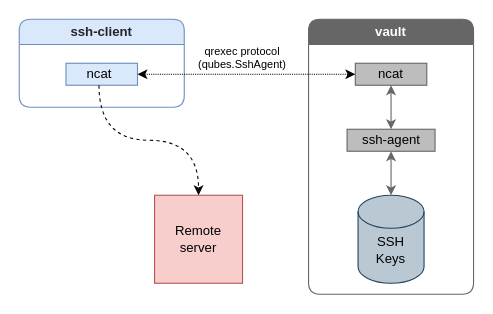
The draw.io diagram split-ssh3.drawio in ephemer4l/qubes-splitssh-diagram, before the edit. Source tidied: cells renumbered, new cells numbered last; positions are measured from the earlier drawing's top-left corner, leaving out a move shared by most shapes. Both pictures are drawn from the tidied source at 110%, with x=0, y=0 at pixel (19, 19).
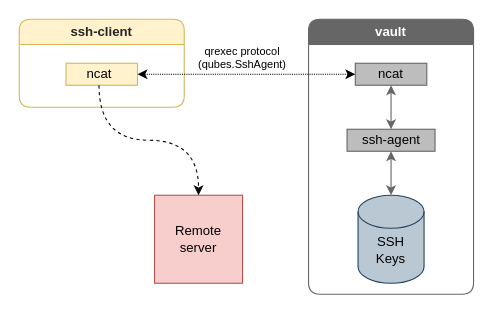
After the change.

What changed in the source:
```diff
@@
 <mxGraphModel background="#ffffff">
   <root>
     <mxCell id="0" />
     <mxCell id="1" parent="0" />
     <mxCell id="2" value="vault" style="swimlane;whiteSpace=wrap;html=1;rounded=1;shadow=0;glass=0;comic=0;startSize=23;swimlaneFillColor=#ffffff;fontColor=#ffffff;fillColor=#666666;strokeColor=#666666;" parent="1" vertex="1">
       <mxGeometry x="263" width="150" height="250" as="geometry" />
     </mxCell>
     <mxCell id="3" style="shape=cylinder3;whiteSpace=wrap;html=1;boundedLbl=1;backgroundOutline=1;size=15;rounded=0;glass=0;comic=0;strokeColor=#23445d;strokeWidth=1;fillColor=#bac8d3;" parent="2" vertex="1">
       <mxGeometry x="45" y="160" width="60" height="80" as="geometry" />
     </mxCell>
     <mxCell id="4" style="rounded=0;whiteSpace=wrap;html=1;glass=0;comic=0;strokeWidth=1;fillColor=#BDBDBD;strokeColor=#666666;" parent="2" vertex="1">
       <mxGeometry x="42.5" y="40" width="65" height="20" as="geometry" />
     </mxCell>
     <mxCell id="5" style="rounded=0;whiteSpace=wrap;html=1;glass=0;comic=0;strokeWidth=1;fillColor=#BDBDBD;strokeColor=#666666;" parent="2" vertex="1">
       <mxGeometry x="35" y="100" width="80" height="20" as="geometry" />
     </mxCell>
     <mxCell id="6" style="endArrow=classic;startArrow=classic;html=1;entryX=0.5;entryY=1;entryDx=0;entryDy=0;exitX=0.5;exitY=0;exitDx=0;exitDy=0;exitPerimeter=0;strokeColor=#666666;" parent="2" edge="1" source="3" target="5">
       <mxGeometry relative="1" as="geometry" />
     </mxCell>
     <mxCell id="7" value="&lt;div&gt;ssh-agent&lt;/div&gt;" style="text;html=1;strokeColor=none;fillColor=none;align=center;verticalAlign=middle;whiteSpace=wrap;rounded=0;glass=0;comic=0;" parent="2" vertex="1">
       <mxGeometry x="42.5" y="100" width="65" height="20" as="geometry" />
     </mxCell>
     <mxCell id="8" style="endArrow=classic;startArrow=classic;html=1;strokeColor=#666666;entryX=0.5;entryY=1;entryDx=0;entryDy=0;exitX=0.5;exitY=0;exitDx=0;exitDy=0;" parent="2" edge="1" source="7" target="4">
       <mxGeometry relative="1" as="geometry" />
     </mxCell>
     <mxCell id="9" value="&lt;div&gt;SSH Keys&lt;/div&gt;" style="text;html=1;strokeColor=none;fillColor=none;align=center;verticalAlign=middle;whiteSpace=wrap;rounded=0;glass=0;comic=0;" parent="2" vertex="1">
       <mxGeometry x="55" y="200" width="40" height="20" as="geometry" />
     </mxCell>
     <mxCell id="10" value="ncat" style="text;html=1;strokeColor=none;fillColor=none;align=center;verticalAlign=middle;whiteSpace=wrap;rounded=0;glass=0;comic=0;" parent="2" vertex="1">
       <mxGeometry x="55" y="40" width="40" height="20" as="geometry" />
     </mxCell>
-    <mxCell id="11" value="&lt;font color=&quot;#262626&quot;&gt;ssh-client&lt;/font&gt;" style="swimlane;whiteSpace=wrap;html=1;rounded=1;shadow=0;glass=0;comic=0;strokeColor=#6c8ebf;fillColor=#dae8fc;startSize=23;swimlaneFillColor=#ffffff;" parent="1" vertex="1">
+    <mxCell id="11" value="&lt;font color=&quot;#262626&quot;&gt;ssh-client&lt;/font&gt;" style="swimlane;whiteSpace=wrap;html=1;rounded=1;shadow=0;glass=0;comic=0;strokeColor=#d6b656;fillColor=#fff2cc;startSize=23;swimlaneFillColor=#ffffff;" parent="1" vertex="1">
       <mxGeometry width="150" height="80" as="geometry" />
     </mxCell>
-    <mxCell id="12" style="rounded=0;whiteSpace=wrap;html=1;glass=0;comic=0;strokeWidth=1;fillColor=#dae8fc;strokeColor=#6c8ebf;" parent="11" vertex="1">
+    <mxCell id="12" style="rounded=0;whiteSpace=wrap;html=1;glass=0;comic=0;strokeWidth=1;fillColor=#fff2cc;strokeColor=#d6b656;" parent="11" vertex="1">
       <mxGeometry x="42.5" y="40" width="65" height="20" as="geometry" />
     </mxCell>
-    <mxCell id="13" value="ncat" style="text;html=1;strokeColor=none;fillColor=none;align=center;verticalAlign=middle;whiteSpace=wrap;rounded=0;glass=0;comic=0;" parent="11" vertex="1">
+    <mxCell id="13" value="ncat" style="text;html=1;align=center;verticalAlign=middle;whiteSpace=wrap;rounded=0;glass=0;comic=0;" parent="11" vertex="1">
       <mxGeometry x="42.5" y="40" width="60" height="20" as="geometry" />
     </mxCell>
     <mxCell id="14" value="&lt;div style=&quot;font-size: 10px&quot;&gt;&lt;font style=&quot;font-size: 10px&quot;&gt;qrexec protocol&lt;/font&gt;&lt;/div&gt;&lt;div style=&quot;font-size: 10px&quot;&gt;&lt;font style=&quot;font-size: 10px&quot;&gt;(qubes.SshAgent)&lt;br&gt;&lt;/font&gt;&lt;/div&gt;" style="text;html=1;strokeColor=none;fillColor=none;align=center;verticalAlign=middle;whiteSpace=wrap;rounded=0;glass=0;comic=0;" parent="1" vertex="1">
       <mxGeometry x="183" y="30" width="40" height="10" as="geometry" />
     </mxCell>
     <mxCell id="15" style="whiteSpace=wrap;html=1;rounded=0;glass=0;comic=0;strokeColor=#b85450;strokeWidth=1;fillColor=#f8cecc;" parent="1" vertex="1">
       <mxGeometry x="123" y="160" width="80" height="80" as="geometry" />
     </mxCell>
     <mxCell id="16" style="endArrow=classic;startArrow=classic;html=1;entryX=0;entryY=0.5;entryDx=0;entryDy=0;dashed=1;dashPattern=1 1;exitX=1;exitY=0.5;exitDx=0;exitDy=0;" parent="1" edge="1" source="12" target="4">
       <mxGeometry relative="1" as="geometry" />
     </mxCell>
     <mxCell id="17" value="Remote server" style="text;html=1;strokeColor=none;fillColor=none;align=center;verticalAlign=middle;whiteSpace=wrap;rounded=0;glass=0;comic=0;" parent="1" vertex="1">
       <mxGeometry x="143" y="190" width="40" height="20" as="geometry" />
     </mxCell>
     <mxCell id="18" style="edgeStyle=orthogonalEdgeStyle;rounded=0;jettySize=auto;html=1;exitX=0.5;exitY=1;exitDx=0;exitDy=0;entryX=0.5;entryY=0;entryDx=0;entryDy=0;strokeColor=#080808;curved=1;dashed=1;" parent="1" edge="1" source="13" target="15">
       <mxGeometry relative="1" as="geometry" />
     </mxCell>
   </root>
 </mxGraphModel>
```
